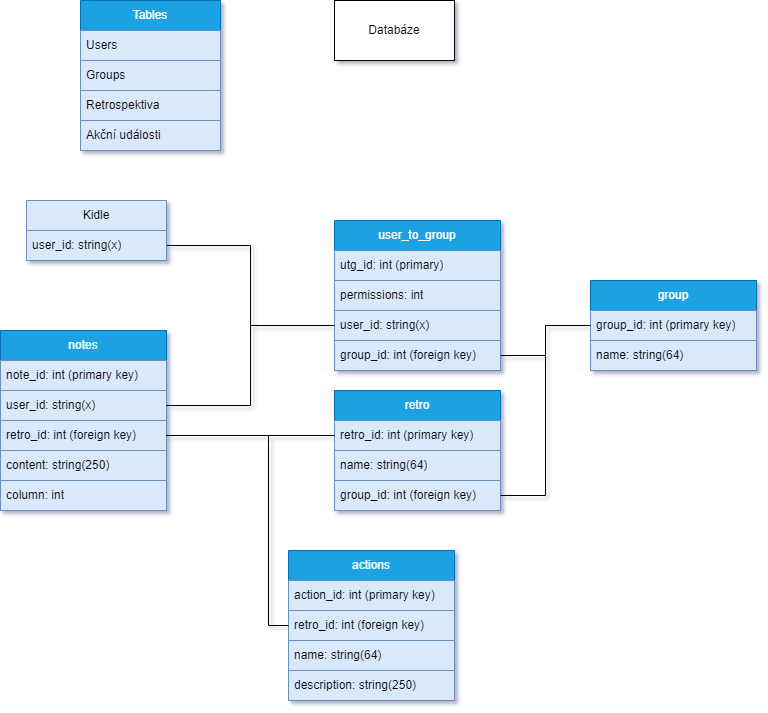
Above: backend/app/database/schemes/Praeterium_DB_scheme.png in ProjNull/Praeteritum (draw.io), before the change. Source tidied: cells renumbered, new cells last; positions are measured from the earlier drawing's top-left corner, leaving out a move shared by most shapes.
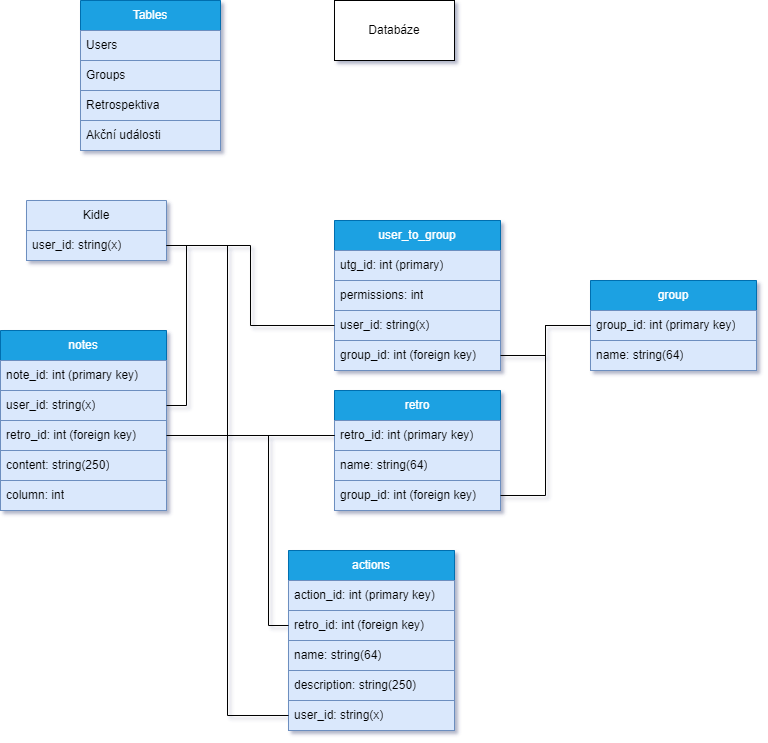
After the commit.

Change to the diagram source:
```diff
@@ -51,7 +51,7 @@
       <mxGeometry relative="1" as="geometry" />
     </mxCell>
     <mxCell id="18" value="actions" style="swimlane;fontStyle=0;horizontal=1;startSize=30;whiteSpace=wrap;html=1;fillColor=#1ba1e2;fontColor=#ffffff;strokeColor=#006EAF;" parent="1" vertex="1">
-      <mxGeometry x="288" y="550" width="166" height="150" as="geometry" />
+      <mxGeometry x="288" y="550" width="166" height="180" as="geometry" />
     </mxCell>
     <mxCell id="19" value="action_id: int (primary key)" style="text;strokeColor=#6c8ebf;fillColor=#dae8fc;align=left;verticalAlign=middle;spacingLeft=4;spacingRight=4;overflow=hidden;whiteSpace=wrap;html=1;" parent="18" vertex="1">
       <mxGeometry y="30" width="166" height="30" as="geometry" />
@@ -65,6 +65,9 @@
     <mxCell id="22" value="description: string(250)" style="text;strokeColor=#6c8ebf;fillColor=#dae8fc;align=left;verticalAlign=middle;spacingLeft=4;spacingRight=4;overflow=hidden;whiteSpace=wrap;html=1;" parent="18" vertex="1">
       <mxGeometry y="120" width="166" height="30" as="geometry" />
     </mxCell>
+    <mxCell id="39" value="user_id: string(x)" style="text;strokeColor=#6c8ebf;fillColor=#dae8fc;align=left;verticalAlign=middle;spacingLeft=4;spacingRight=4;overflow=hidden;points=[[0,0.5],[1,0.5]];portConstraint=eastwest;whiteSpace=wrap;html=1;" parent="18" vertex="1">
+      <mxGeometry y="150" width="166" height="30" as="geometry" />
+    </mxCell>
     <mxCell id="23" value="retro" style="swimlane;fontStyle=0;horizontal=1;startSize=30;whiteSpace=wrap;html=1;fillColor=#1ba1e2;fontColor=#ffffff;strokeColor=#006EAF;" parent="1" vertex="1">
       <mxGeometry x="334" y="390" width="166" height="120" as="geometry" />
     </mxCell>
@@ -110,8 +113,11 @@
     <mxCell id="37" value="&lt;span style=&quot;text-align: center;&quot;&gt;user_id: string(x)&lt;/span&gt;" style="text;strokeColor=#6c8ebf;fillColor=#dae8fc;align=left;verticalAlign=middle;spacingLeft=4;spacingRight=4;overflow=hidden;points=[[0,0.5],[1,0.5]];portConstraint=eastwest;whiteSpace=wrap;html=1;" parent="36" vertex="1">
       <mxGeometry y="30" width="140" height="30" as="geometry" />
     </mxCell>
-    <mxCell id="38" style="edgeStyle=orthogonalEdgeStyle;rounded=0;jettySize=auto;html=1;entryX=0;entryY=0.5;entryDx=0;entryDy=0;startArrow=none;startFill=0;endArrow=none;endFill=0;" parent="1" edge="1" source="31" target="11">
+    <mxCell id="38" style="edgeStyle=orthogonalEdgeStyle;rounded=0;jettySize=auto;html=1;entryX=1;entryY=0.75;entryDx=0;entryDy=0;startArrow=none;startFill=0;endArrow=none;endFill=0;" parent="1" edge="1" source="31" target="36">
       <mxGeometry relative="1" as="geometry" />
     </mxCell>
+    <mxCell id="40" style="edgeStyle=orthogonalEdgeStyle;rounded=0;jettySize=auto;html=1;startArrow=none;startFill=0;endArrow=none;endFill=0;" parent="1" edge="1" source="39" target="37">
+      <mxGeometry relative="1" as="geometry" />
+    </mxCell>
   </root>
 </mxGraphModel>
```
